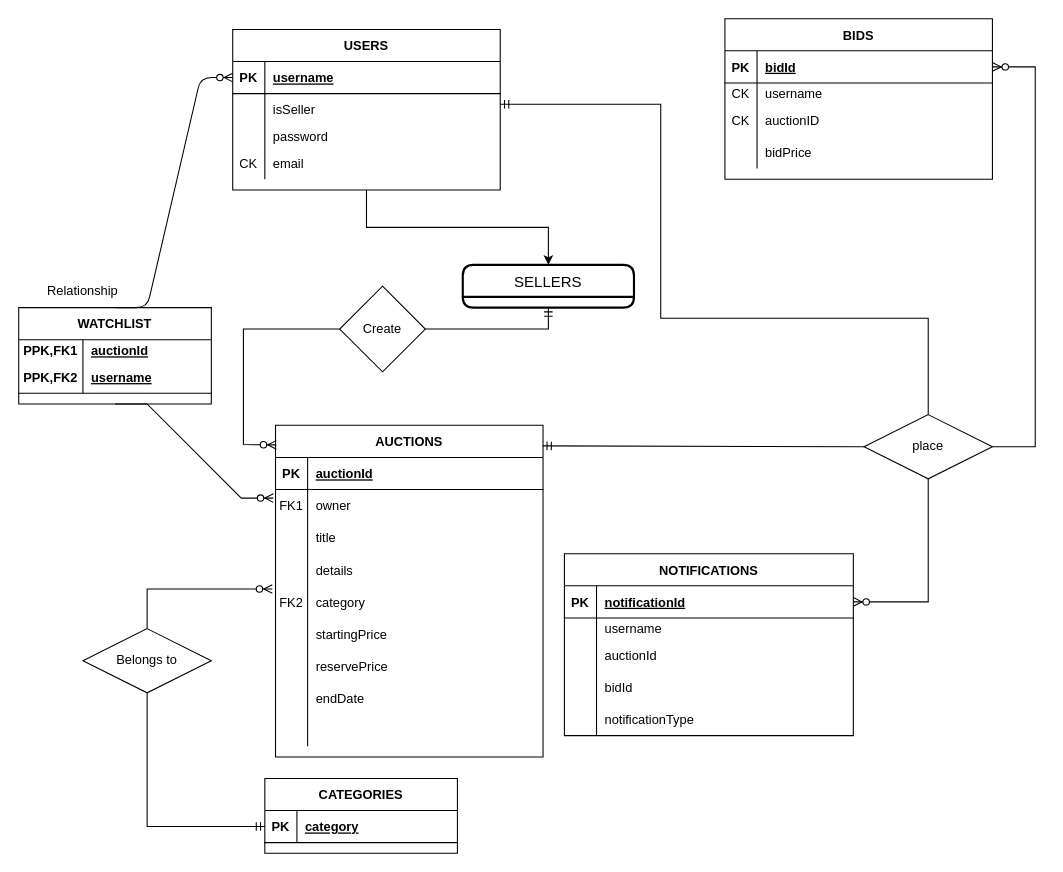
Before: er-diagram.drawio in jcgloria/dbf_project, a draw.io diagram. Source tidied: cells renumbered, new cells numbered last; positions are measured from the earlier drawing's top-left corner, leaving out a move shared by most shapes. Both pictures are drawn from the tidied source at 107%, with x=0, y=0 at pixel (18, 18).
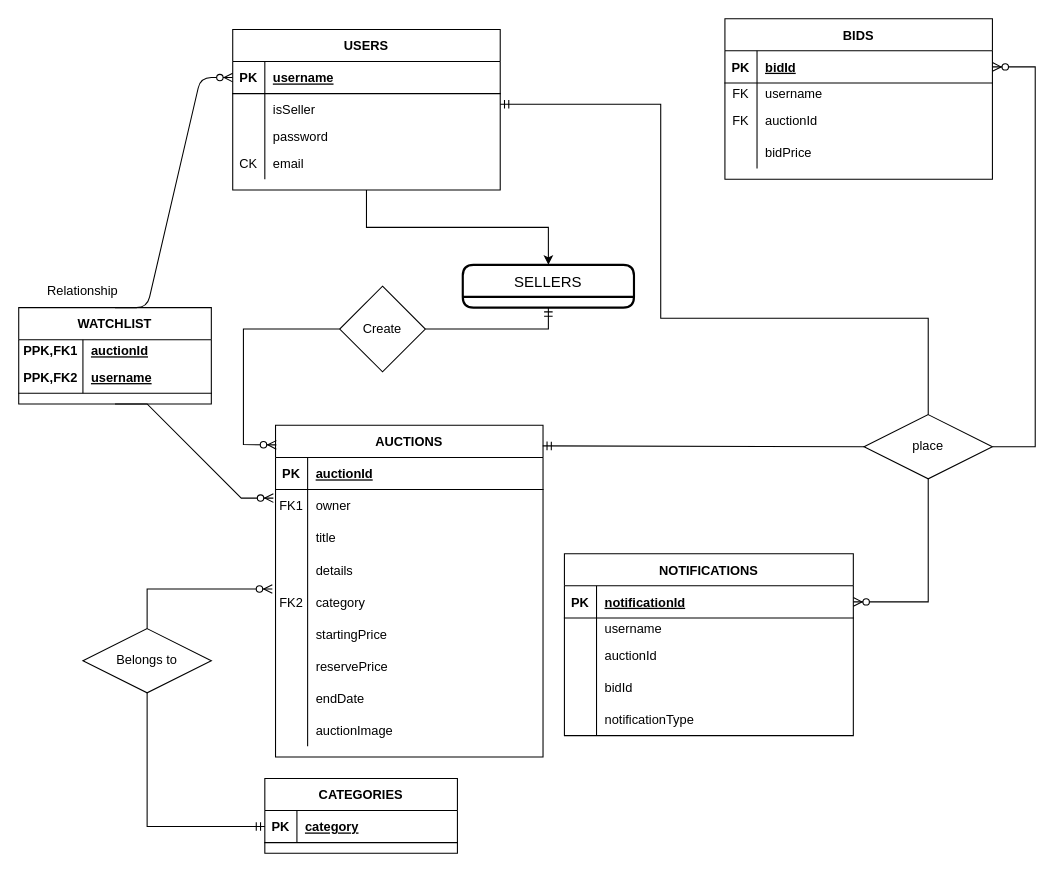
The same page after the edit.

Unchanged cells that the change refers to:
```xml
<mxCell id="27" style="shape=partialRectangle;fillColor=none;top=0;left=0;right=0;bottom=0;" parent="2" vertex="1">
  <mxGeometry y="270" width="250" height="30" as="geometry" />
</mxCell>
<mxCell id="34" style="shape=partialRectangle;fillColor=none;top=0;left=0;right=0;bottom=0;" parent="30" vertex="1">
  <mxGeometry y="60" width="250" height="20" as="geometry" />
</mxCell>
<mxCell id="37" style="shape=partialRectangle;fillColor=none;top=0;left=0;right=0;bottom=0;" parent="30" vertex="1">
  <mxGeometry y="80" width="250" height="30" as="geometry" />
</mxCell>
```

Change to the diagram source:
```diff
@@
-    <mxCell id="29" style="shape=partialRectangle;overflow=hidden;fillColor=none;top=0;left=0;bottom=0;right=0;align=left;spacingLeft=6;" parent="27" vertex="1">
+    <mxCell id="29" value="auctionImage" style="shape=partialRectangle;overflow=hidden;fillColor=none;top=0;left=0;bottom=0;right=0;align=left;spacingLeft=6;" parent="27" vertex="1">
       <mxGeometry x="30" width="220" height="30" as="geometry" />
     </mxCell>
@@
-    <mxCell id="35" value="CK" style="shape=partialRectangle;overflow=hidden;fillColor=none;top=0;left=0;bottom=0;right=0;" parent="34" vertex="1">
+    <mxCell id="35" value="FK" style="shape=partialRectangle;overflow=hidden;fillColor=none;top=0;left=0;bottom=0;right=0;" parent="34" vertex="1">
       <mxGeometry width="30" height="20" as="geometry" />
     </mxCell>
@@
-    <mxCell id="38" value="CK" style="shape=partialRectangle;overflow=hidden;fillColor=none;top=0;left=0;bottom=0;right=0;" parent="37" vertex="1">
+    <mxCell id="38" value="FK" style="shape=partialRectangle;overflow=hidden;fillColor=none;top=0;left=0;bottom=0;right=0;" parent="37" vertex="1">
       <mxGeometry width="30" height="30" as="geometry" />
     </mxCell>
-    <mxCell id="39" value="auctionID" style="shape=partialRectangle;overflow=hidden;fillColor=none;top=0;left=0;bottom=0;right=0;align=left;spacingLeft=6;" parent="37" vertex="1">
+    <mxCell id="39" value="auctionId" style="shape=partialRectangle;overflow=hidden;fillColor=none;top=0;left=0;bottom=0;right=0;align=left;spacingLeft=6;" parent="37" vertex="1">
       <mxGeometry x="30" width="220" height="30" as="geometry" />
     </mxCell>
```
